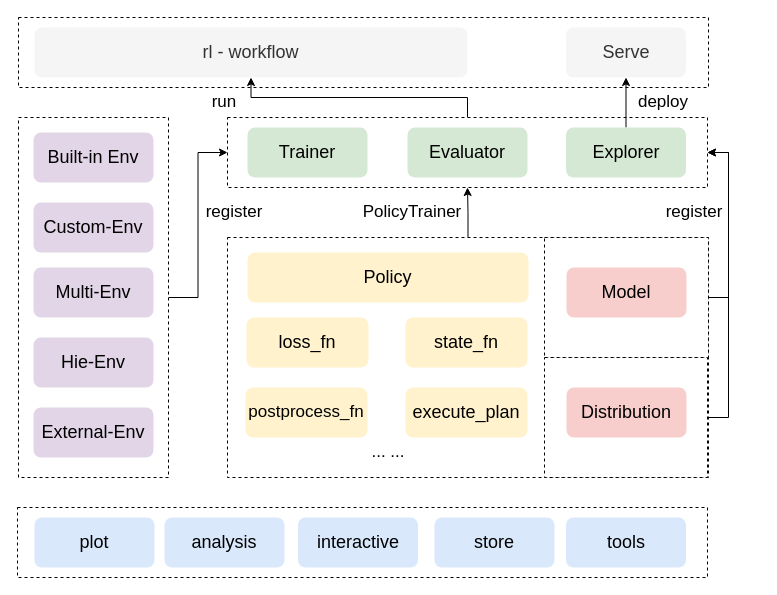
japsonzbz/Miscellaneous keeps this draw.io diagram as page "Page-2" (2 of 2) of SDK架构图.drawio. Above is the earlier version. Source tidied: cells renumbered, new cells numbered last; positions are measured from the earlier drawing's top-left corner, leaving out a move shared by most shapes. Both pictures are drawn from the tidied source at 100%, with x=0, y=0 at pixel (17, 17).
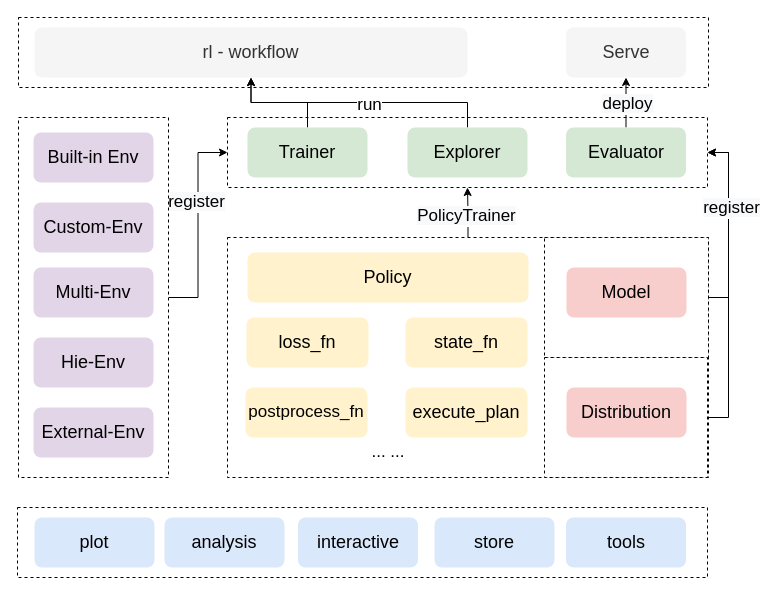
Above is the later version.

Unchanged cells that the change refers to:
```xml
<mxCell id="4" style="rounded=0;whiteSpace=wrap;html=1;dashed=1;shadow=0;strokeWidth=1;perimeterSpacing=0;" parent="1" vertex="1">
  <mxGeometry x="210" y="100" width="480" height="70" as="geometry" />
</mxCell>
<mxCell id="5" value="&lt;font style=&quot;font-size: 18px&quot;&gt;Trainer&lt;/font&gt;" style="rounded=1;whiteSpace=wrap;html=1;fillColor=#d5e8d4;strokeColor=none;shadow=0;" parent="1" vertex="1">
  <mxGeometry x="230" y="110" width="120" height="50" as="geometry" />
</mxCell>
<mxCell id="7" style="edgeStyle=orthogonalEdgeStyle;rounded=0;jettySize=auto;html=1;exitX=0.5;exitY=0;exitDx=0;exitDy=0;entryX=0.5;entryY=1;entryDx=0;entryDy=0;fontSize=17;strokeWidth=1;" parent="1" edge="1" source="8" target="40">
  <mxGeometry relative="1" as="geometry" />
</mxCell>
<mxCell id="9" style="edgeStyle=orthogonalEdgeStyle;rounded=0;jettySize=auto;html=1;exitX=1;exitY=0.5;exitDx=0;exitDy=0;entryX=0;entryY=0.5;entryDx=0;entryDy=0;fontSize=17;strokeWidth=1;" parent="1" edge="1" source="10" target="4">
  <mxGeometry relative="1" as="geometry" />
</mxCell>
<mxCell id="17" style="edgeStyle=orthogonalEdgeStyle;rounded=0;jettySize=auto;html=1;exitX=0.5;exitY=0;exitDx=0;exitDy=0;entryX=0.5;entryY=1;entryDx=0;entryDy=0;fontSize=17;strokeWidth=1;" parent="1" edge="1" source="18" target="4">
  <mxGeometry relative="1" as="geometry" />
</mxCell>
<mxCell id="25" style="edgeStyle=orthogonalEdgeStyle;rounded=0;jettySize=auto;html=1;exitX=1;exitY=0.5;exitDx=0;exitDy=0;entryX=1;entryY=0.5;entryDx=0;entryDy=0;fontSize=17;strokeWidth=1;" parent="1" edge="1" source="26" target="4">
  <mxGeometry relative="1" as="geometry" />
</mxCell>
<mxCell id="33" value="&lt;span style=&quot;font-size: 18px&quot;&gt;rl - workflow&lt;/span&gt;" style="rounded=1;whiteSpace=wrap;html=1;fillColor=#f5f5f5;strokeColor=none;shadow=0;fontColor=#333333;" parent="1" vertex="1">
  <mxGeometry x="17" y="10" width="433" height="50" as="geometry" />
</mxCell>
```

Diff of the diagram source:
```diff
@@
-    <mxCell id="3" style="edgeStyle=orthogonalEdgeStyle;rounded=0;jettySize=auto;html=1;exitX=0.5;exitY=0;exitDx=0;exitDy=0;entryX=0.5;entryY=1;entryDx=0;entryDy=0;fontSize=17;strokeWidth=1;" parent="1" edge="1" source="4" target="33">
-      <mxGeometry relative="1" as="geometry" />
-    </mxCell>
@@
+    <mxCell id="43" style="edgeStyle=orthogonalEdgeStyle;rounded=0;jettySize=auto;html=1;exitX=0.5;exitY=0;exitDx=0;exitDy=0;entryX=0.5;entryY=1;entryDx=0;entryDy=0;fontSize=17;strokeWidth=1;" parent="1" edge="1" source="5" target="33">
+      <mxGeometry relative="1" as="geometry" />
+    </mxCell>
@@
+    <mxCell id="44" style="edgeStyle=orthogonalEdgeStyle;rounded=0;jettySize=auto;html=1;exitX=0.5;exitY=0;exitDx=0;exitDy=0;fontSize=17;strokeWidth=1;" parent="1" edge="1" source="6" target="33">
+      <mxGeometry relative="1" as="geometry" />
+    </mxCell>
+    <mxCell id="34" value="run" style="edgeLabel;html=1;align=center;verticalAlign=middle;fontSize=17;" parent="44" vertex="1">
+      <mxGeometry x="-0.07" y="2" relative="1" as="geometry" />
+    </mxCell>
-    <mxCell id="6" value="&lt;span style=&quot;font-size: 18px&quot;&gt;Evaluator&lt;/span&gt;" style="rounded=1;whiteSpace=wrap;html=1;fillColor=#d5e8d4;strokeColor=none;shadow=0;" parent="1" vertex="1">
+    <mxCell id="6" value="&lt;span style=&quot;font-size: 18px&quot;&gt;Explorer&lt;/span&gt;" style="rounded=1;whiteSpace=wrap;html=1;fillColor=#d5e8d4;strokeColor=none;shadow=0;" parent="1" vertex="1">
       <mxGeometry x="390" y="110" width="120" height="50" as="geometry" />
     </mxCell>
@@
+    <mxCell id="41" value="&lt;span style=&quot;background-color: rgb(248 , 249 , 250)&quot;&gt;deploy&lt;/span&gt;" style="edgeLabel;html=1;align=center;verticalAlign=middle;fontSize=17;" parent="7" vertex="1">
+      <mxGeometry x="-0.06" y="-1" relative="1" as="geometry" />
+    </mxCell>
-    <mxCell id="8" value="&lt;span style=&quot;font-size: 18px&quot;&gt;Explorer&lt;/span&gt;" style="rounded=1;whiteSpace=wrap;html=1;fillColor=#d5e8d4;strokeColor=none;shadow=0;" parent="1" vertex="1">
+    <mxCell id="8" value="&lt;span style=&quot;font-size: 18px&quot;&gt;Evaluator&lt;/span&gt;" style="rounded=1;whiteSpace=wrap;html=1;fillColor=#d5e8d4;strokeColor=none;shadow=0;" parent="1" vertex="1">
       <mxGeometry x="548.5" y="110" width="120" height="50" as="geometry" />
     </mxCell>
@@
+    <mxCell id="45" value="&lt;span style=&quot;background-color: rgb(248 , 249 , 250)&quot;&gt;register&lt;/span&gt;" style="edgeLabel;html=1;align=center;verticalAlign=middle;fontSize=17;" parent="9" vertex="1">
+      <mxGeometry x="0.23" y="2" relative="1" as="geometry" />
+    </mxCell>
@@
+    <mxCell id="32" value="&lt;span style=&quot;background-color: rgb(248 , 249 , 250)&quot;&gt;PolicyTrainer&lt;/span&gt;" style="edgeLabel;html=1;align=center;verticalAlign=middle;fontSize=17;" parent="17" vertex="1">
+      <mxGeometry x="-0.12" y="2" relative="1" as="geometry" />
+    </mxCell>
@@
+    <mxCell id="46" value="&lt;span style=&quot;background-color: rgb(248 , 249 , 250)&quot;&gt;register&lt;/span&gt;" style="edgeLabel;html=1;align=center;verticalAlign=middle;fontSize=17;" parent="25" vertex="1">
+      <mxGeometry x="0.18" y="-2" relative="1" as="geometry" />
+    </mxCell>
@@
-    <mxCell id="30" value="register" style="text;html=1;strokeColor=none;fillColor=none;align=center;verticalAlign=middle;whiteSpace=wrap;rounded=0;shadow=0;dashed=1;fontSize=17;" parent="1" vertex="1">
-      <mxGeometry x="187" y="180" width="60" height="30" as="geometry" />
-    </mxCell>
-    <mxCell id="31" value="register" style="text;html=1;strokeColor=none;fillColor=none;align=center;verticalAlign=middle;whiteSpace=wrap;rounded=0;shadow=0;dashed=1;fontSize=17;" parent="1" vertex="1">
-      <mxGeometry x="647" y="180" width="60" height="30" as="geometry" />
-    </mxCell>
-    <mxCell id="32" value="PolicyTrainer" style="text;html=1;strokeColor=none;fillColor=none;align=center;verticalAlign=middle;whiteSpace=wrap;rounded=0;shadow=0;dashed=1;fontSize=17;" parent="1" vertex="1">
-      <mxGeometry x="365" y="180" width="60" height="30" as="geometry" />
-    </mxCell>
@@
-    <mxCell id="34" value="run" style="text;html=1;strokeColor=none;fillColor=none;align=center;verticalAlign=middle;whiteSpace=wrap;rounded=0;shadow=0;dashed=1;fontSize=17;" parent="1" vertex="1">
-      <mxGeometry x="177" y="70" width="60" height="30" as="geometry" />
-    </mxCell>
@@
-    <mxCell id="41" value="deploy" style="text;html=1;strokeColor=none;fillColor=none;align=center;verticalAlign=middle;whiteSpace=wrap;rounded=0;shadow=0;dashed=1;fontSize=17;" parent="1" vertex="1">
-      <mxGeometry x="615.5" y="70" width="60" height="30" as="geometry" />
-    </mxCell>
```
